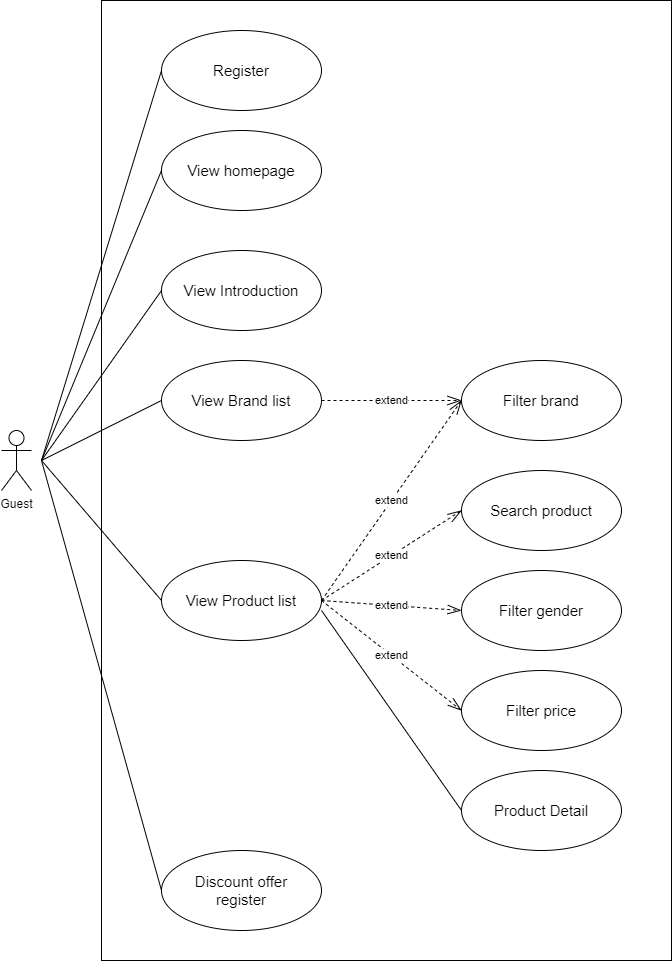
Above: document/SDS/Use Case Diagram/Guest_Use_Case_Diagram.drawio.png in QuocZuong/perfume-store (draw.io), before the change. Source tidied: cells renumbered, new cells last; positions are measured from the earlier drawing's top-left corner, leaving out a move shared by most shapes. The source it was exported from:
```xml
<mxGraphModel>
  <root>
    <mxCell id="0" />
    <mxCell id="1" parent="0" />
    <mxCell id="2" value="Guest" style="shape=umlActor;verticalLabelPosition=bottom;verticalAlign=top;html=1;" parent="1" vertex="1">
      <mxGeometry y="430" width="30" height="60" as="geometry" />
    </mxCell>
    <mxCell id="3" style="rounded=0;whiteSpace=wrap;html=1;" parent="1" vertex="1">
      <mxGeometry x="100" width="570" height="960" as="geometry" />
    </mxCell>
    <mxCell id="4" value="Register" style="ellipse;whiteSpace=wrap;html=1;fontSize=15;" parent="1" vertex="1">
      <mxGeometry x="160" y="30" width="160" height="80" as="geometry" />
    </mxCell>
    <mxCell id="5" value="View homepage" style="ellipse;whiteSpace=wrap;html=1;fontSize=15;" parent="1" vertex="1">
      <mxGeometry x="160" y="130" width="160" height="80" as="geometry" />
    </mxCell>
    <mxCell id="6" value="View Introduction" style="ellipse;whiteSpace=wrap;html=1;fontSize=15;" parent="1" vertex="1">
      <mxGeometry x="160" y="250" width="160" height="80" as="geometry" />
    </mxCell>
    <mxCell id="7" value="View Brand list" style="ellipse;whiteSpace=wrap;html=1;fontSize=15;" parent="1" vertex="1">
      <mxGeometry x="160" y="360" width="160" height="80" as="geometry" />
    </mxCell>
    <mxCell id="8" value="Discount offer &lt;br&gt;register" style="ellipse;whiteSpace=wrap;html=1;fontSize=15;" parent="1" vertex="1">
      <mxGeometry x="160" y="850" width="160" height="80" as="geometry" />
    </mxCell>
    <mxCell id="9" value="Filter brand" style="ellipse;whiteSpace=wrap;html=1;fontSize=15;" parent="1" vertex="1">
      <mxGeometry x="460" y="360" width="160" height="80" as="geometry" />
    </mxCell>
    <mxCell id="10" value="View Product list" style="ellipse;whiteSpace=wrap;html=1;fontSize=15;" parent="1" vertex="1">
      <mxGeometry x="160" y="560" width="160" height="80" as="geometry" />
    </mxCell>
    <mxCell id="11" value="Search product" style="ellipse;whiteSpace=wrap;html=1;fontSize=15;" parent="1" vertex="1">
      <mxGeometry x="460" y="470" width="160" height="80" as="geometry" />
    </mxCell>
    <mxCell id="12" value="Filter gender" style="ellipse;whiteSpace=wrap;html=1;fontSize=15;" parent="1" vertex="1">
      <mxGeometry x="460" y="570" width="160" height="80" as="geometry" />
    </mxCell>
    <mxCell id="13" value="Filter price" style="ellipse;whiteSpace=wrap;html=1;fontSize=15;" parent="1" vertex="1">
      <mxGeometry x="460" y="670" width="160" height="80" as="geometry" />
    </mxCell>
    <mxCell id="14" style="endArrow=none;html=1;rounded=0;entryX=0;entryY=0.5;entryDx=0;entryDy=0;" parent="1" edge="1" target="4">
      <mxGeometry relative="1" as="geometry">
        <mxPoint x="40" y="460" as="sourcePoint" />
      </mxGeometry>
    </mxCell>
    <mxCell id="15" style="endArrow=none;html=1;rounded=0;entryX=0;entryY=0.5;entryDx=0;entryDy=0;" parent="1" edge="1" target="5">
      <mxGeometry relative="1" as="geometry">
        <mxPoint x="40" y="460" as="sourcePoint" />
      </mxGeometry>
    </mxCell>
    <mxCell id="16" style="endArrow=none;html=1;rounded=0;entryX=0;entryY=0.5;entryDx=0;entryDy=0;" parent="1" edge="1" target="6">
      <mxGeometry relative="1" as="geometry">
        <mxPoint x="40" y="460" as="sourcePoint" />
      </mxGeometry>
    </mxCell>
    <mxCell id="17" style="endArrow=none;html=1;rounded=0;entryX=0;entryY=0.5;entryDx=0;entryDy=0;" parent="1" edge="1" target="7">
      <mxGeometry relative="1" as="geometry">
        <mxPoint x="40" y="460" as="sourcePoint" />
      </mxGeometry>
    </mxCell>
    <mxCell id="18" style="endArrow=none;html=1;rounded=0;entryX=0;entryY=0.5;entryDx=0;entryDy=0;" parent="1" edge="1" target="10">
      <mxGeometry relative="1" as="geometry">
        <mxPoint x="40" y="460" as="sourcePoint" />
      </mxGeometry>
    </mxCell>
    <mxCell id="19" style="endArrow=none;html=1;rounded=0;entryX=0;entryY=0.5;entryDx=0;entryDy=0;" parent="1" edge="1" target="8">
      <mxGeometry relative="1" as="geometry">
        <mxPoint x="40" y="460" as="sourcePoint" />
      </mxGeometry>
    </mxCell>
    <mxCell id="20" value="extend" style="endArrow=openThin;html=1;rounded=0;entryX=0;entryY=0.5;entryDx=0;entryDy=0;exitX=1;exitY=0.5;exitDx=0;exitDy=0;dashed=1;endFill=0;endSize=12;" parent="1" edge="1" source="7" target="9">
      <mxGeometry relative="1" as="geometry" />
    </mxCell>
    <mxCell id="21" value="extend" style="endArrow=openThin;html=1;rounded=0;exitX=1;exitY=0.5;exitDx=0;exitDy=0;dashed=1;endFill=0;endSize=12;entryX=0;entryY=0.5;entryDx=0;entryDy=0;" parent="1" edge="1" source="10" target="11">
      <mxGeometry relative="1" as="geometry" />
    </mxCell>
    <mxCell id="22" value="extend" style="endArrow=openThin;html=1;rounded=0;dashed=1;endFill=0;endSize=12;entryX=0;entryY=0.5;entryDx=0;entryDy=0;" parent="1" edge="1" target="12">
      <mxGeometry relative="1" as="geometry">
        <mxPoint x="320" y="600" as="sourcePoint" />
      </mxGeometry>
    </mxCell>
    <mxCell id="23" value="extend" style="endArrow=openThin;html=1;rounded=0;dashed=1;endFill=0;endSize=12;entryX=0;entryY=0.5;entryDx=0;entryDy=0;" parent="1" edge="1" target="13">
      <mxGeometry relative="1" as="geometry">
        <mxPoint x="320" y="600" as="sourcePoint" />
      </mxGeometry>
    </mxCell>
    <mxCell id="24" value="extend" style="endArrow=openThin;html=1;rounded=0;dashed=1;endFill=0;endSize=12;entryX=0;entryY=0.5;entryDx=0;entryDy=0;" parent="1" edge="1" target="9">
      <mxGeometry relative="1" as="geometry">
        <mxPoint x="320" y="600" as="sourcePoint" />
      </mxGeometry>
    </mxCell>
    <mxCell id="25" value="Product Detail" style="ellipse;whiteSpace=wrap;html=1;fontSize=15;" parent="1" vertex="1">
      <mxGeometry x="460" y="770" width="160" height="80" as="geometry" />
    </mxCell>
    <mxCell id="26" style="endArrow=none;html=1;rounded=0;entryX=0;entryY=0.5;entryDx=0;entryDy=0;" parent="1" edge="1" target="25">
      <mxGeometry relative="1" as="geometry">
        <mxPoint x="320" y="610" as="sourcePoint" />
      </mxGeometry>
    </mxCell>
  </root>
</mxGraphModel>
```
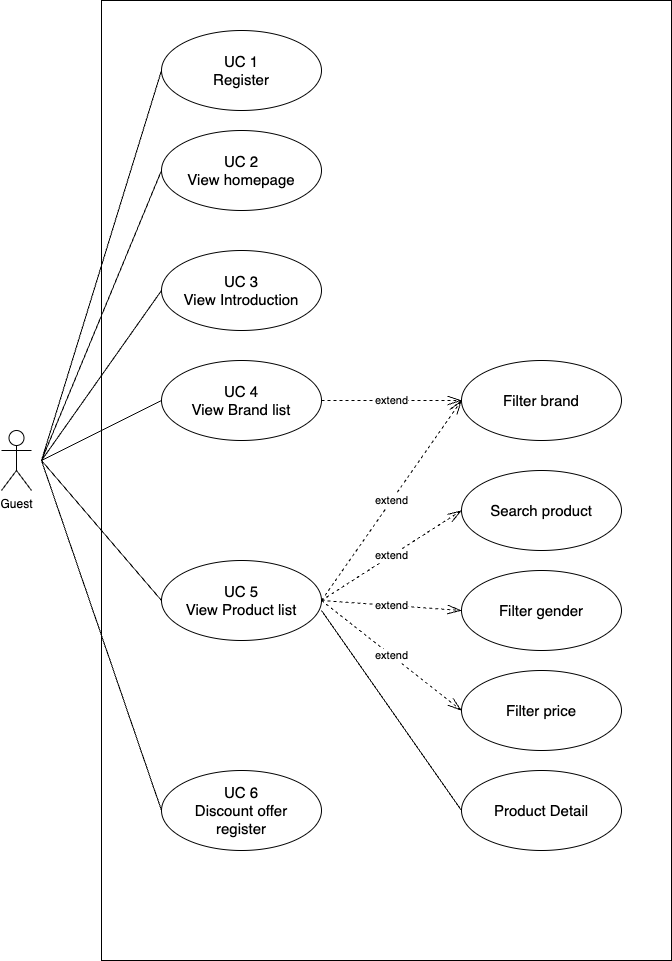
After the commit.

The edit, as a diff of the source:
```diff
@@ -8,25 +8,25 @@
     <mxCell id="3" style="rounded=0;whiteSpace=wrap;html=1;" parent="1" vertex="1">
       <mxGeometry x="100" width="570" height="960" as="geometry" />
     </mxCell>
-    <mxCell id="4" value="Register" style="ellipse;whiteSpace=wrap;html=1;fontSize=15;" parent="1" vertex="1">
+    <mxCell id="4" value="UC 1&lt;br&gt;Register" style="ellipse;whiteSpace=wrap;html=1;fontSize=15;" parent="1" vertex="1">
       <mxGeometry x="160" y="30" width="160" height="80" as="geometry" />
     </mxCell>
-    <mxCell id="5" value="View homepage" style="ellipse;whiteSpace=wrap;html=1;fontSize=15;" parent="1" vertex="1">
+    <mxCell id="5" value="UC 2&lt;br&gt;View homepage" style="ellipse;whiteSpace=wrap;html=1;fontSize=15;" parent="1" vertex="1">
       <mxGeometry x="160" y="130" width="160" height="80" as="geometry" />
     </mxCell>
-    <mxCell id="6" value="View Introduction" style="ellipse;whiteSpace=wrap;html=1;fontSize=15;" parent="1" vertex="1">
+    <mxCell id="6" value="UC 3&lt;br&gt;View Introduction" style="ellipse;whiteSpace=wrap;html=1;fontSize=15;" parent="1" vertex="1">
       <mxGeometry x="160" y="250" width="160" height="80" as="geometry" />
     </mxCell>
-    <mxCell id="7" value="View Brand list" style="ellipse;whiteSpace=wrap;html=1;fontSize=15;" parent="1" vertex="1">
+    <mxCell id="7" value="UC 4&lt;br&gt;View Brand list" style="ellipse;whiteSpace=wrap;html=1;fontSize=15;" parent="1" vertex="1">
       <mxGeometry x="160" y="360" width="160" height="80" as="geometry" />
     </mxCell>
-    <mxCell id="8" value="Discount offer &lt;br&gt;register" style="ellipse;whiteSpace=wrap;html=1;fontSize=15;" parent="1" vertex="1">
-      <mxGeometry x="160" y="850" width="160" height="80" as="geometry" />
+    <mxCell id="8" value="UC 6&lt;br&gt;Discount offer &lt;br&gt;register" style="ellipse;whiteSpace=wrap;html=1;fontSize=15;" parent="1" vertex="1">
+      <mxGeometry x="160" y="770" width="160" height="80" as="geometry" />
     </mxCell>
     <mxCell id="9" value="Filter brand" style="ellipse;whiteSpace=wrap;html=1;fontSize=15;" parent="1" vertex="1">
       <mxGeometry x="460" y="360" width="160" height="80" as="geometry" />
     </mxCell>
-    <mxCell id="10" value="View Product list" style="ellipse;whiteSpace=wrap;html=1;fontSize=15;" parent="1" vertex="1">
+    <mxCell id="10" value="UC 5&lt;br&gt;View Product list" style="ellipse;whiteSpace=wrap;html=1;fontSize=15;" parent="1" vertex="1">
       <mxGeometry x="160" y="560" width="160" height="80" as="geometry" />
     </mxCell>
     <mxCell id="11" value="Search product" style="ellipse;whiteSpace=wrap;html=1;fontSize=15;" parent="1" vertex="1">
```
